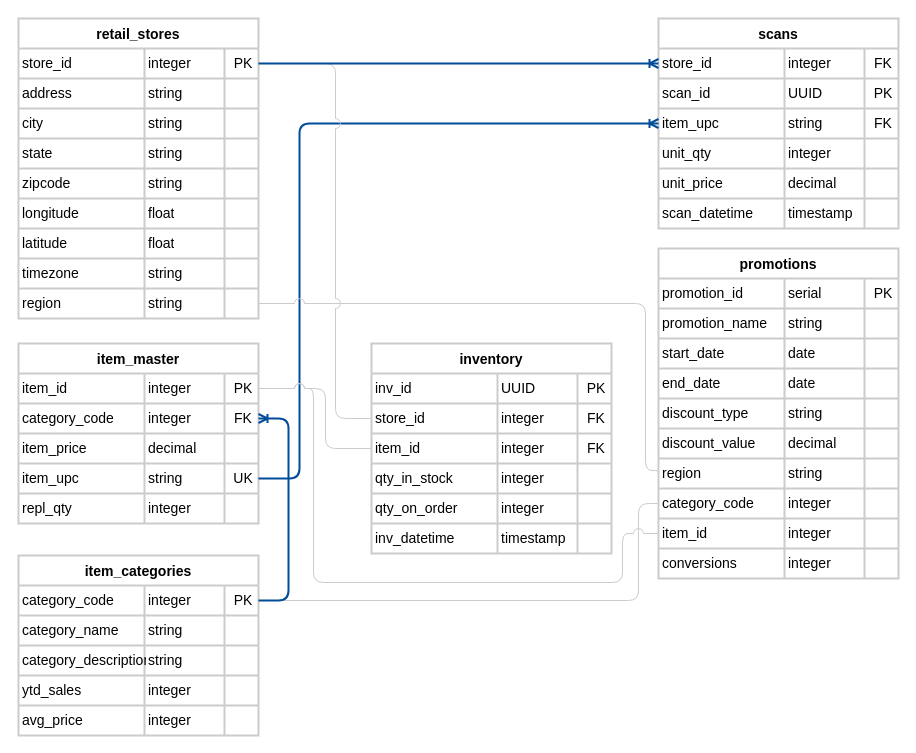
Earlier version of the draw.io diagram page "tables" (2 of 5) of doc/images/diagrams.drawio (corourke/acme). Source tidied: cells renumbered, new cells numbered last; positions are measured from the earlier drawing's top-left corner, leaving out a move shared by most shapes. Both pictures are drawn from the tidied source at 100%, with x=0, y=0 at pixel (18, 18).
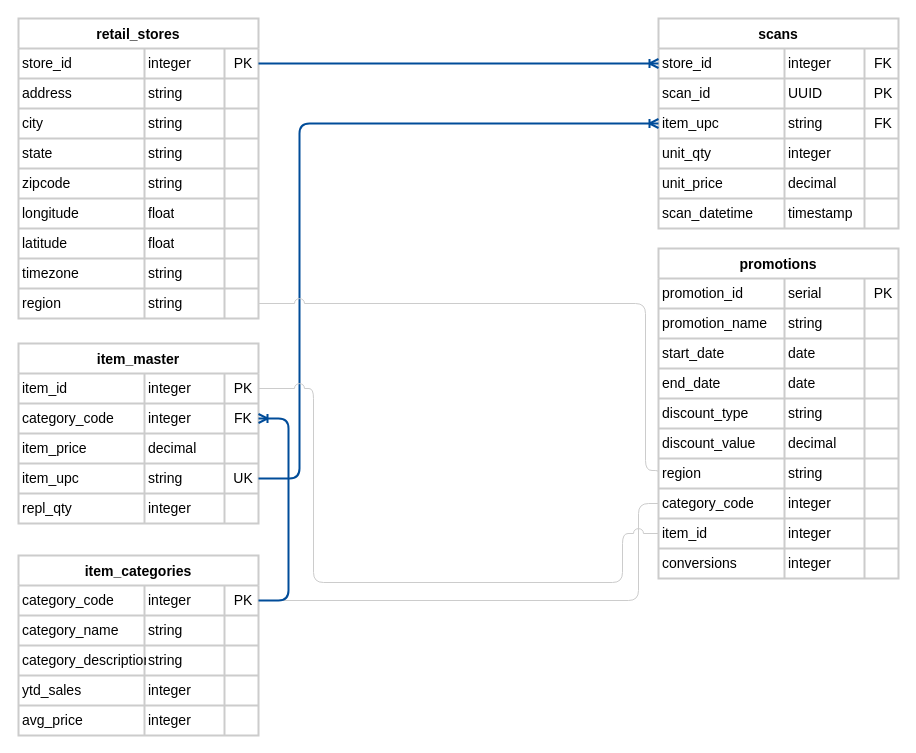
After the change.

The change refers to these unchanged cells:
```xml
<mxCell id="28" style="shape=tableRow;horizontal=0;startSize=0;swimlaneHead=0;swimlaneBody=0;strokeColor=#CCCCCC;top=0;left=0;bottom=0;right=0;fillColor=none;points=[[0,0.5],[1,0.5]];portConstraint=eastwest;fontSize=14;" parent="27" vertex="1">
  <mxGeometry y="30" width="240" height="30" as="geometry" />
</mxCell>
<mxCell id="65" style="shape=tableRow;horizontal=0;startSize=0;swimlaneHead=0;swimlaneBody=0;strokeColor=#CCCCCC;top=0;left=0;bottom=0;right=0;fillColor=none;points=[[0,0.5],[1,0.5]];portConstraint=eastwest;fontSize=14;" parent="64" vertex="1">
  <mxGeometry y="30" width="240" height="30" as="geometry" />
</mxCell>
```

What changed in the source:
```diff
@@
-    <mxCell id="152" value="inventory" style="shape=table;startSize=30;childLayout=tableLayout;strokeColor=#CCCCCC;fontSize=14;fontStyle=1;fillColor=default;align=center;strokeWidth=2;perimeterSpacing=1;" parent="1" vertex="1">
-      <mxGeometry x="353" y="325" width="240" height="210" as="geometry" />
-    </mxCell>
-    <mxCell id="153" style="shape=tableRow;horizontal=0;startSize=0;swimlaneHead=0;swimlaneBody=0;strokeColor=#CCCCCC;top=0;left=0;bottom=0;right=0;fillColor=none;fontSize=14;" parent="152" vertex="1">
-      <mxGeometry y="30" width="240" height="30" as="geometry" />
-    </mxCell>
-    <mxCell id="154" value="inv_id" style="shape=partialRectangle;html=1;whiteSpace=wrap;overflow=hidden;top=0;left=0;bottom=0;right=0;fontSize=14;fillColor=none;strokeColor=#CCCCCC;align=left;perimeterSpacing=0;spacing=0;spacingLeft=4;" parent="153" vertex="1">
-      <mxGeometry width="126" height="30" as="geometry" />
-    </mxCell>
-    <mxCell id="155" value="UUID" style="shape=partialRectangle;html=1;whiteSpace=wrap;overflow=hidden;top=0;left=0;bottom=0;right=0;fontSize=14;fillColor=none;strokeColor=#CCCCCC;perimeterSpacing=0;spacing=0;spacingLeft=4;align=left;" parent="153" vertex="1">
-      <mxGeometry x="126" width="80" height="30" as="geometry" />
-    </mxCell>
-    <mxCell id="156" value="PK" style="shape=partialRectangle;html=1;whiteSpace=wrap;overflow=hidden;top=0;left=0;bottom=0;right=0;fontSize=14;fillColor=none;strokeColor=#CCCCCC;perimeterSpacing=0;spacing=0;spacingLeft=4;" parent="153" vertex="1">
-      <mxGeometry x="206" width="34" height="30" as="geometry" />
-    </mxCell>
-    <mxCell id="157" style="shape=tableRow;horizontal=0;startSize=0;swimlaneHead=0;swimlaneBody=0;strokeColor=#CCCCCC;top=0;left=0;bottom=0;right=0;fillColor=none;points=[[0,0.5],[1,0.5]];portConstraint=eastwest;fontSize=14;" parent="152" vertex="1">
-      <mxGeometry y="60" width="240" height="30" as="geometry" />
-    </mxCell>
-    <mxCell id="158" value="store_id" style="shape=partialRectangle;html=1;whiteSpace=wrap;overflow=hidden;top=0;left=0;bottom=0;right=0;fontSize=14;fillColor=none;strokeColor=#CCCCCC;align=left;perimeterSpacing=0;spacing=0;spacingLeft=4;" parent="157" vertex="1">
-      <mxGeometry width="126" height="30" as="geometry" />
-    </mxCell>
-    <mxCell id="159" value="integer" style="shape=partialRectangle;html=1;whiteSpace=wrap;overflow=hidden;top=0;left=0;bottom=0;right=0;fontSize=14;fillColor=none;strokeColor=#CCCCCC;perimeterSpacing=0;spacing=0;spacingLeft=4;align=left;" parent="157" vertex="1">
-      <mxGeometry x="126" width="80" height="30" as="geometry" />
-    </mxCell>
-    <mxCell id="160" value="FK" style="shape=partialRectangle;html=1;whiteSpace=wrap;overflow=hidden;top=0;left=0;bottom=0;right=0;fontSize=14;fillColor=none;strokeColor=#CCCCCC;perimeterSpacing=0;spacing=0;spacingLeft=4;" parent="157" vertex="1">
-      <mxGeometry x="206" width="34" height="30" as="geometry" />
-    </mxCell>
-    <mxCell id="161" style="shape=tableRow;horizontal=0;startSize=0;swimlaneHead=0;swimlaneBody=0;strokeColor=#CCCCCC;top=0;left=0;bottom=0;right=0;fillColor=none;points=[[0,0.5],[1,0.5]];portConstraint=eastwest;fontSize=14;" parent="152" vertex="1">
-      <mxGeometry y="90" width="240" height="30" as="geometry" />
-    </mxCell>
-    <mxCell id="162" value="item_id" style="shape=partialRectangle;html=1;whiteSpace=wrap;overflow=hidden;top=0;left=0;bottom=0;right=0;fontSize=14;fillColor=none;strokeColor=#CCCCCC;align=left;perimeterSpacing=0;spacing=0;spacingLeft=4;" parent="161" vertex="1">
-      <mxGeometry width="126" height="30" as="geometry" />
-    </mxCell>
-    <mxCell id="163" value="integer" style="shape=partialRectangle;html=1;whiteSpace=wrap;overflow=hidden;top=0;left=0;bottom=0;right=0;fontSize=14;fillColor=none;strokeColor=#CCCCCC;perimeterSpacing=0;spacing=0;spacingLeft=4;align=left;" parent="161" vertex="1">
-      <mxGeometry x="126" width="80" height="30" as="geometry" />
-    </mxCell>
-    <mxCell id="164" value="FK" style="shape=partialRectangle;html=1;whiteSpace=wrap;overflow=hidden;top=0;left=0;bottom=0;right=0;fontSize=14;fillColor=none;strokeColor=#CCCCCC;perimeterSpacing=0;spacing=0;spacingLeft=4;" parent="161" vertex="1">
-      <mxGeometry x="206" width="34" height="30" as="geometry" />
-    </mxCell>
-    <mxCell id="165" style="shape=tableRow;horizontal=0;startSize=0;swimlaneHead=0;swimlaneBody=0;strokeColor=#CCCCCC;top=0;left=0;bottom=0;right=0;fillColor=none;fontSize=14;" parent="152" vertex="1">
-      <mxGeometry y="120" width="240" height="30" as="geometry" />
-    </mxCell>
-    <mxCell id="166" value="qty_in_stock" style="shape=partialRectangle;html=1;whiteSpace=wrap;overflow=hidden;top=0;left=0;bottom=0;right=0;fontSize=14;fillColor=none;strokeColor=#CCCCCC;align=left;perimeterSpacing=0;spacing=0;spacingLeft=4;" parent="165" vertex="1">
-      <mxGeometry width="126" height="30" as="geometry" />
-    </mxCell>
-    <mxCell id="167" value="integer" style="shape=partialRectangle;html=1;whiteSpace=wrap;overflow=hidden;top=0;left=0;bottom=0;right=0;fontSize=14;fillColor=none;strokeColor=#CCCCCC;perimeterSpacing=0;spacing=0;spacingLeft=4;align=left;" parent="165" vertex="1">
-      <mxGeometry x="126" width="80" height="30" as="geometry" />
-    </mxCell>
-    <mxCell id="168" style="shape=partialRectangle;html=1;whiteSpace=wrap;overflow=hidden;top=0;left=0;bottom=0;right=0;fontSize=14;fillColor=none;strokeColor=#CCCCCC;perimeterSpacing=0;spacing=0;spacingLeft=4;" parent="165" vertex="1">
-      <mxGeometry x="206" width="34" height="30" as="geometry" />
-    </mxCell>
-    <mxCell id="169" style="shape=tableRow;horizontal=0;startSize=0;swimlaneHead=0;swimlaneBody=0;strokeColor=#CCCCCC;top=0;left=0;bottom=0;right=0;fillColor=none;fontSize=14;" parent="152" vertex="1">
-      <mxGeometry y="150" width="240" height="30" as="geometry" />
-    </mxCell>
-    <mxCell id="170" value="qty_on_order" style="shape=partialRectangle;html=1;whiteSpace=wrap;overflow=hidden;top=0;left=0;bottom=0;right=0;fontSize=14;fillColor=none;strokeColor=#CCCCCC;align=left;perimeterSpacing=0;spacing=0;spacingLeft=4;" parent="169" vertex="1">
-      <mxGeometry width="126" height="30" as="geometry" />
-    </mxCell>
-    <mxCell id="171" value="integer" style="shape=partialRectangle;html=1;whiteSpace=wrap;overflow=hidden;top=0;left=0;bottom=0;right=0;fontSize=14;fillColor=none;strokeColor=#CCCCCC;perimeterSpacing=0;spacing=0;spacingLeft=4;align=left;" parent="169" vertex="1">
-      <mxGeometry x="126" width="80" height="30" as="geometry" />
-    </mxCell>
-    <mxCell id="172" style="shape=partialRectangle;html=1;whiteSpace=wrap;overflow=hidden;top=0;left=0;bottom=0;right=0;fontSize=14;fillColor=none;strokeColor=#CCCCCC;perimeterSpacing=0;spacing=0;spacingLeft=4;" parent="169" vertex="1">
-      <mxGeometry x="206" width="34" height="30" as="geometry" />
-    </mxCell>
-    <mxCell id="173" style="shape=tableRow;horizontal=0;startSize=0;swimlaneHead=0;swimlaneBody=0;strokeColor=#CCCCCC;top=0;left=0;bottom=0;right=0;fillColor=none;fontSize=14;" parent="152" vertex="1">
-      <mxGeometry y="180" width="240" height="30" as="geometry" />
-    </mxCell>
-    <mxCell id="174" value="inv_datetime" style="shape=partialRectangle;html=1;whiteSpace=wrap;overflow=hidden;top=0;left=0;bottom=0;right=0;fontSize=14;fillColor=none;strokeColor=#CCCCCC;align=left;perimeterSpacing=0;spacing=0;spacingLeft=4;" parent="173" vertex="1">
-      <mxGeometry width="126" height="30" as="geometry" />
-    </mxCell>
-    <mxCell id="175" value="timestamp" style="shape=partialRectangle;html=1;whiteSpace=wrap;overflow=hidden;top=0;left=0;bottom=0;right=0;fontSize=14;fillColor=none;strokeColor=#CCCCCC;perimeterSpacing=0;spacing=0;spacingLeft=4;align=left;" parent="173" vertex="1">
-      <mxGeometry x="126" width="80" height="30" as="geometry" />
-    </mxCell>
-    <mxCell id="176" style="shape=partialRectangle;html=1;whiteSpace=wrap;overflow=hidden;top=0;left=0;bottom=0;right=0;fontSize=14;fillColor=none;strokeColor=#CCCCCC;perimeterSpacing=0;spacing=0;spacingLeft=4;" parent="173" vertex="1">
-      <mxGeometry x="206" width="34" height="30" as="geometry" />
-    </mxCell>
-    <mxCell id="177" style="edgeStyle=orthogonalEdgeStyle;fontSize=14;html=1;endArrow=none;rounded=1;exitX=1;exitY=0.5;exitDx=0;exitDy=0;strokeWidth=1;strokeColor=#CCCCCC;endFill=0;jumpStyle=arc;jumpSize=10;entryX=0;entryY=0.5;entryDx=0;entryDy=0;" parent="1" edge="1" source="28" target="157">
-      <mxGeometry relative="1" as="geometry">
-        <Array as="points">
-          <mxPoint x="317" y="45" />
-          <mxPoint x="317" y="400" />
-        </Array>
-      </mxGeometry>
-    </mxCell>
-    <mxCell id="178" style="edgeStyle=orthogonalEdgeStyle;fontSize=14;html=1;endArrow=none;rounded=1;strokeWidth=1;strokeColor=#CCCCCC;endFill=0;jumpStyle=arc;jumpSize=10;exitX=1;exitY=0.5;exitDx=0;exitDy=0;entryX=0;entryY=0.5;entryDx=0;entryDy=0;" parent="1" edge="1" source="65" target="161">
-      <mxGeometry relative="1" as="geometry">
-        <Array as="points">
-          <mxPoint x="307" y="370" />
-          <mxPoint x="307" y="430" />
-        </Array>
-      </mxGeometry>
-    </mxCell>
```
